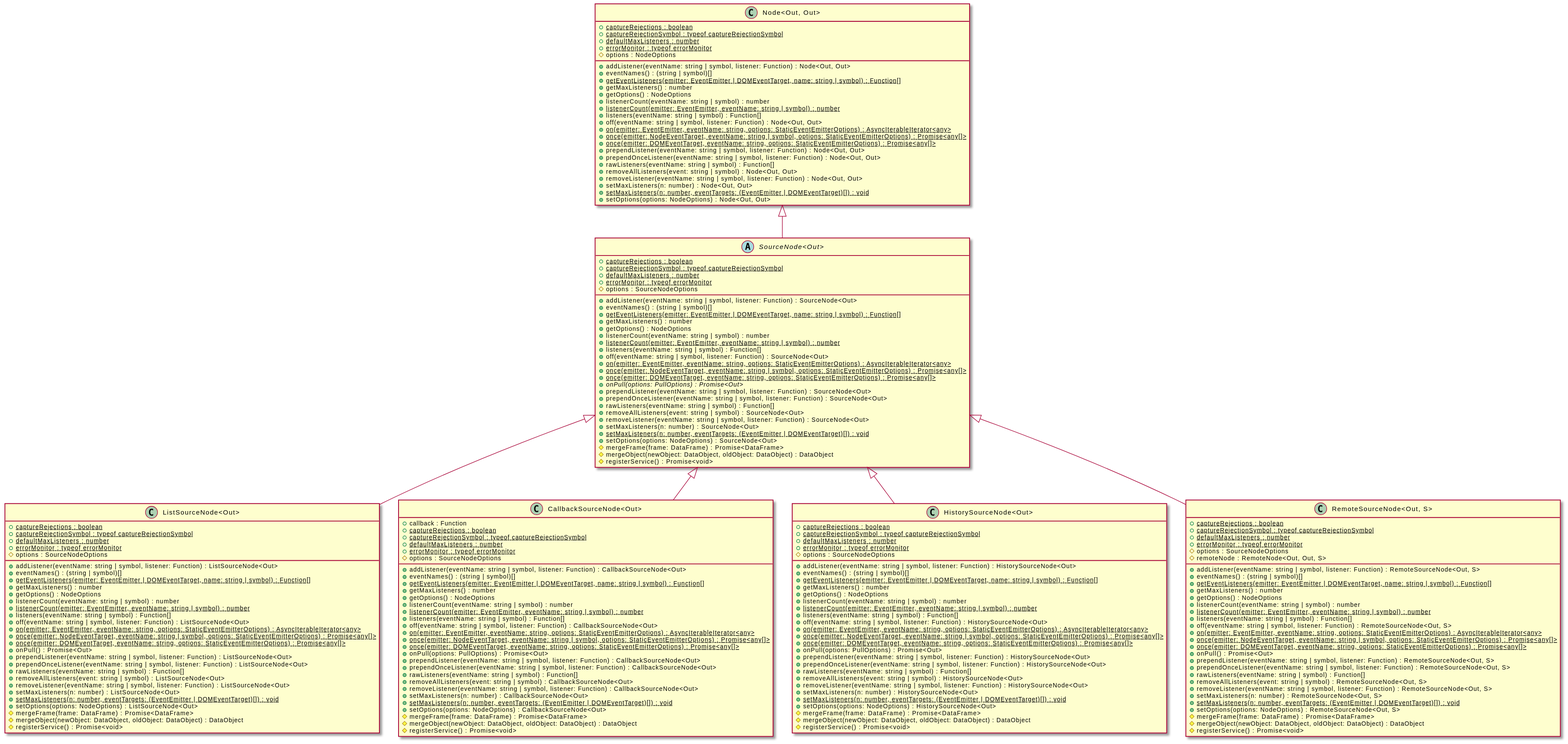
OpenHPS/openhps-core keeps this PlantUML diagram as assets/SourceNode-umlClassDiagram-10076.svg. Above is the earlier version.
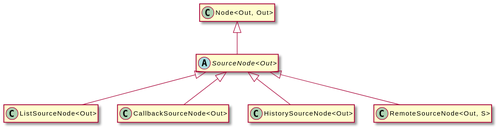
The same diagram one commit later.

What changed in the source:
```diff
@@ -3,192 +3,20 @@
 hide empty methods
 hide empty fields
 abstract class "SourceNode<Out>" {
-    {static} +captureRejections : boolean
-    {static} +captureRejectionSymbol : typeof captureRejectionSymbol
-    {static} +defaultMaxListeners : number
-    {static} +errorMonitor : typeof errorMonitor
-    #options : SourceNodeOptions
-    +addListener(eventName: string | symbol, listener: Function) : SourceNode<Out>
-    +eventNames() : (string | symbol)[]
-    {static} +getEventListeners(emitter: EventEmitter | DOMEventTarget, name: string | symbol) : Function[]
-    +getMaxListeners() : number
-    +getOptions() : NodeOptions
-    +listenerCount(eventName: string | symbol) : number
-    {static} +listenerCount(emitter: EventEmitter, eventName: string | symbol) : number
-    +listeners(eventName: string | symbol) : Function[]
-    +off(eventName: string | symbol, listener: Function) : SourceNode<Out>
-    {static} +on(emitter: EventEmitter, eventName: string, options: StaticEventEmitterOptions) : AsyncIterableIterator<any>
-    {static} +once(emitter: NodeEventTarget, eventName: string | symbol, options: StaticEventEmitterOptions) : Promise<any[]>
-    {static} +once(emitter: DOMEventTarget, eventName: string, options: StaticEventEmitterOptions) : Promise<any[]>
-    {abstract} +onPull(options: PullOptions) : Promise<Out>
-    +prependListener(eventName: string | symbol, listener: Function) : SourceNode<Out>
-    +prependOnceListener(eventName: string | symbol, listener: Function) : SourceNode<Out>
-    +rawListeners(eventName: string | symbol) : Function[]
-    +removeAllListeners(event: string | symbol) : SourceNode<Out>
-    +removeListener(eventName: string | symbol, listener: Function) : SourceNode<Out>
-    +setMaxListeners(n: number) : SourceNode<Out>
-    {static} +setMaxListeners(n: number, eventTargets: (EventEmitter | DOMEventTarget)[]) : void
-    +setOptions(options: NodeOptions) : SourceNode<Out>
-    #mergeFrame(frame: DataFrame) : Promise<DataFrame>
-    #mergeObject(newObject: DataObject, oldObject: DataObject) : DataObject
-    #registerService() : Promise<void>
 }
 class "Node<Out, Out>" {
-    {static} +captureRejections : boolean
-    {static} +captureRejectionSymbol : typeof captureRejectionSymbol
-    {static} +defaultMaxListeners : number
-    {static} +errorMonitor : typeof errorMonitor
-    #options : NodeOptions
-    +addListener(eventName: string | symbol, listener: Function) : Node<Out, Out>
-    +eventNames() : (string | symbol)[]
-    {static} +getEventListeners(emitter: EventEmitter | DOMEventTarget, name: string | symbol) : Function[]
-    +getMaxListeners() : number
-    +getOptions() : NodeOptions
-    +listenerCount(eventName: string | symbol) : number
-    {static} +listenerCount(emitter: EventEmitter, eventName: string | symbol) : number
-    +listeners(eventName: string | symbol) : Function[]
-    +off(eventName: string | symbol, listener: Function) : Node<Out, Out>
-    {static} +on(emitter: EventEmitter, eventName: string, options: StaticEventEmitterOptions) : AsyncIterableIterator<any>
-    {static} +once(emitter: NodeEventTarget, eventName: string | symbol, options: StaticEventEmitterOptions) : Promise<any[]>
-    {static} +once(emitter: DOMEventTarget, eventName: string, options: StaticEventEmitterOptions) : Promise<any[]>
-    +prependListener(eventName: string | symbol, listener: Function) : Node<Out, Out>
-    +prependOnceListener(eventName: string | symbol, listener: Function) : Node<Out, Out>
-    +rawListeners(eventName: string | symbol) : Function[]
-    +removeAllListeners(event: string | symbol) : Node<Out, Out>
-    +removeListener(eventName: string | symbol, listener: Function) : Node<Out, Out>
-    +setMaxListeners(n: number) : Node<Out, Out>
-    {static} +setMaxListeners(n: number, eventTargets: (EventEmitter | DOMEventTarget)[]) : void
-    +setOptions(options: NodeOptions) : Node<Out, Out>
 }
 "Node<Out, Out>" <|-- "SourceNode<Out>"
 class "ListSourceNode<Out>" {
-    {static} +captureRejections : boolean
-    {static} +captureRejectionSymbol : typeof captureRejectionSymbol
-    {static} +defaultMaxListeners : number
-    {static} +errorMonitor : typeof errorMonitor
-    #options : SourceNodeOptions
-    +addListener(eventName: string | symbol, listener: Function) : ListSourceNode<Out>
-    +eventNames() : (string | symbol)[]
-    {static} +getEventListeners(emitter: EventEmitter | DOMEventTarget, name: string | symbol) : Function[]
-    +getMaxListeners() : number
-    +getOptions() : NodeOptions
-    +listenerCount(eventName: string | symbol) : number
-    {static} +listenerCount(emitter: EventEmitter, eventName: string | symbol) : number
-    +listeners(eventName: string | symbol) : Function[]
-    +off(eventName: string | symbol, listener: Function) : ListSourceNode<Out>
-    {static} +on(emitter: EventEmitter, eventName: string, options: StaticEventEmitterOptions) : AsyncIterableIterator<any>
-    {static} +once(emitter: NodeEventTarget, eventName: string | symbol, options: StaticEventEmitterOptions) : Promise<any[]>
-    {static} +once(emitter: DOMEventTarget, eventName: string, options: StaticEventEmitterOptions) : Promise<any[]>
-    +onPull() : Promise<Out>
-    +prependListener(eventName: string | symbol, listener: Function) : ListSourceNode<Out>
-    +prependOnceListener(eventName: string | symbol, listener: Function) : ListSourceNode<Out>
-    +rawListeners(eventName: string | symbol) : Function[]
-    +removeAllListeners(event: string | symbol) : ListSourceNode<Out>
-    +removeListener(eventName: string | symbol, listener: Function) : ListSourceNode<Out>
-    +setMaxListeners(n: number) : ListSourceNode<Out>
-    {static} +setMaxListeners(n: number, eventTargets: (EventEmitter | DOMEventTarget)[]) : void
-    +setOptions(options: NodeOptions) : ListSourceNode<Out>
-    #mergeFrame(frame: DataFrame) : Promise<DataFrame>
-    #mergeObject(newObject: DataObject, oldObject: DataObject) : DataObject
-    #registerService() : Promise<void>
 }
 "SourceNode<Out>" <|-- "ListSourceNode<Out>"
 class "CallbackSourceNode<Out>" {
-    +callback : Function
-    {static} +captureRejections : boolean
-    {static} +captureRejectionSymbol : typeof captureRejectionSymbol
-    {static} +defaultMaxListeners : number
-    {static} +errorMonitor : typeof errorMonitor
-    #options : SourceNodeOptions
-    +addListener(eventName: string | symbol, listener: Function) : CallbackSourceNode<Out>
-    +eventNames() : (string | symbol)[]
-    {static} +getEventListeners(emitter: EventEmitter | DOMEventTarget, name: string | symbol) : Function[]
-    +getMaxListeners() : number
-    +getOptions() : NodeOptions
-    +listenerCount(eventName: string | symbol) : number
-    {static} +listenerCount(emitter: EventEmitter, eventName: string | symbol) : number
-    +listeners(eventName: string | symbol) : Function[]
-    +off(eventName: string | symbol, listener: Function) : CallbackSourceNode<Out>
-    {static} +on(emitter: EventEmitter, eventName: string, options: StaticEventEmitterOptions) : AsyncIterableIterator<any>
-    {static} +once(emitter: NodeEventTarget, eventName: string | symbol, options: StaticEventEmitterOptions) : Promise<any[]>
-    {static} +once(emitter: DOMEventTarget, eventName: string, options: StaticEventEmitterOptions) : Promise<any[]>
-    +onPull(options: PullOptions) : Promise<Out>
-    +prependListener(eventName: string | symbol, listener: Function) : CallbackSourceNode<Out>
-    +prependOnceListener(eventName: string | symbol, listener: Function) : CallbackSourceNode<Out>
-    +rawListeners(eventName: string | symbol) : Function[]
-    +removeAllListeners(event: string | symbol) : CallbackSourceNode<Out>
-    +removeListener(eventName: string | symbol, listener: Function) : CallbackSourceNode<Out>
-    +setMaxListeners(n: number) : CallbackSourceNode<Out>
-    {static} +setMaxListeners(n: number, eventTargets: (EventEmitter | DOMEventTarget)[]) : void
-    +setOptions(options: NodeOptions) : CallbackSourceNode<Out>
-    #mergeFrame(frame: DataFrame) : Promise<DataFrame>
-    #mergeObject(newObject: DataObject, oldObject: DataObject) : DataObject
-    #registerService() : Promise<void>
 }
 "SourceNode<Out>" <|-- "CallbackSourceNode<Out>"
 class "HistorySourceNode<Out>" {
-    {static} +captureRejections : boolean
-    {static} +captureRejectionSymbol : typeof captureRejectionSymbol
-    {static} +defaultMaxListeners : number
-    {static} +errorMonitor : typeof errorMonitor
-    #options : SourceNodeOptions
-    +addListener(eventName: string | symbol, listener: Function) : HistorySourceNode<Out>
-    +eventNames() : (string | symbol)[]
-    {static} +getEventListeners(emitter: EventEmitter | DOMEventTarget, name: string | symbol) : Function[]
-    +getMaxListeners() : number
-    +getOptions() : NodeOptions
-    +listenerCount(eventName: string | symbol) : number
-    {static} +listenerCount(emitter: EventEmitter, eventName: string | symbol) : number
-    +listeners(eventName: string | symbol) : Function[]
-    +off(eventName: string | symbol, listener: Function) : HistorySourceNode<Out>
-    {static} +on(emitter: EventEmitter, eventName: string, options: StaticEventEmitterOptions) : AsyncIterableIterator<any>
-    {static} +once(emitter: NodeEventTarget, eventName: string | symbol, options: StaticEventEmitterOptions) : Promise<any[]>
-    {static} +once(emitter: DOMEventTarget, eventName: string, options: StaticEventEmitterOptions) : Promise<any[]>
-    +onPull(options: PullOptions) : Promise<Out>
-    +prependListener(eventName: string | symbol, listener: Function) : HistorySourceNode<Out>
-    +prependOnceListener(eventName: string | symbol, listener: Function) : HistorySourceNode<Out>
-    +rawListeners(eventName: string | symbol) : Function[]
-    +removeAllListeners(event: string | symbol) : HistorySourceNode<Out>
-    +removeListener(eventName: string | symbol, listener: Function) : HistorySourceNode<Out>
-    +setMaxListeners(n: number) : HistorySourceNode<Out>
-    {static} +setMaxListeners(n: number, eventTargets: (EventEmitter | DOMEventTarget)[]) : void
-    +setOptions(options: NodeOptions) : HistorySourceNode<Out>
-    #mergeFrame(frame: DataFrame) : Promise<DataFrame>
-    #mergeObject(newObject: DataObject, oldObject: DataObject) : DataObject
-    #registerService() : Promise<void>
 }
 "SourceNode<Out>" <|-- "HistorySourceNode<Out>"
 class "RemoteSourceNode<Out, S>" {
-    {static} +captureRejections : boolean
-    {static} +captureRejectionSymbol : typeof captureRejectionSymbol
-    {static} +defaultMaxListeners : number
-    {static} +errorMonitor : typeof errorMonitor
-    #options : SourceNodeOptions
-    #remoteNode : RemoteNode<Out, Out, S>
-    +addListener(eventName: string | symbol, listener: Function) : RemoteSourceNode<Out, S>
-    +eventNames() : (string | symbol)[]
-    {static} +getEventListeners(emitter: EventEmitter | DOMEventTarget, name: string | symbol) : Function[]
-    +getMaxListeners() : number
-    +getOptions() : NodeOptions
-    +listenerCount(eventName: string | symbol) : number
-    {static} +listenerCount(emitter: EventEmitter, eventName: string | symbol) : number
-    +listeners(eventName: string | symbol) : Function[]
-    +off(eventName: string | symbol, listener: Function) : RemoteSourceNode<Out, S>
-    {static} +on(emitter: EventEmitter, eventName: string, options: StaticEventEmitterOptions) : AsyncIterableIterator<any>
-    {static} +once(emitter: NodeEventTarget, eventName: string | symbol, options: StaticEventEmitterOptions) : Promise<any[]>
-    {static} +once(emitter: DOMEventTarget, eventName: string, options: StaticEventEmitterOptions) : Promise<any[]>
-    +onPull() : Promise<Out>
-    +prependListener(eventName: string | symbol, listener: Function) : RemoteSourceNode<Out, S>
-    +prependOnceListener(eventName: string | symbol, listener: Function) : RemoteSourceNode<Out, S>
-    +rawListeners(eventName: string | symbol) : Function[]
-    +removeAllListeners(event: string | symbol) : RemoteSourceNode<Out, S>
-    +removeListener(eventName: string | symbol, listener: Function) : RemoteSourceNode<Out, S>
-    +setMaxListeners(n: number) : RemoteSourceNode<Out, S>
-    {static} +setMaxListeners(n: number, eventTargets: (EventEmitter | DOMEventTarget)[]) : void
-    +setOptions(options: NodeOptions) : RemoteSourceNode<Out, S>
-    #mergeFrame(frame: DataFrame) : Promise<DataFrame>
-    #mergeObject(newObject: DataObject, oldObject: DataObject) : DataObject
-    #registerService() : Promise<void>
 }
 "SourceNode<Out>" <|-- "RemoteSourceNode<Out, S>"
 @enduml
```
